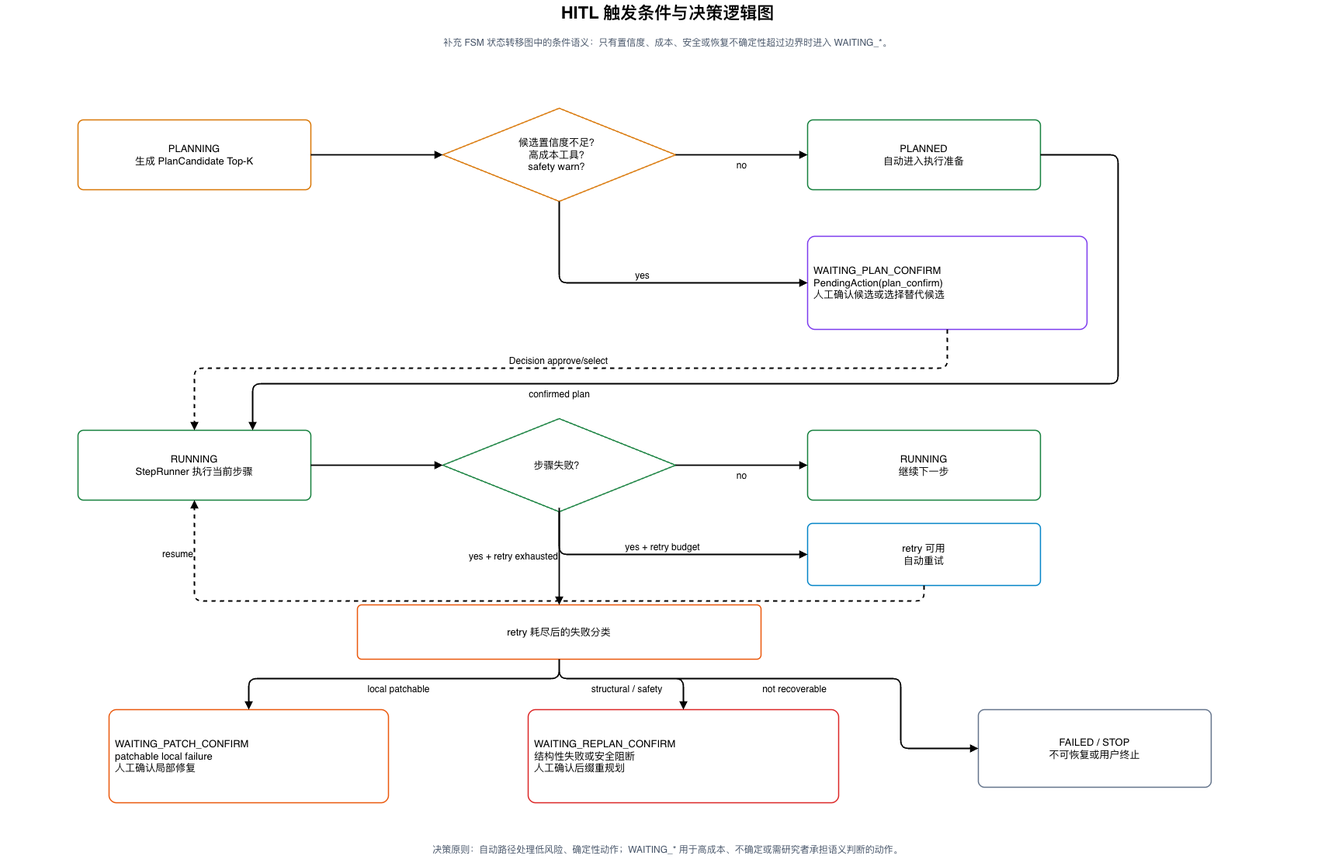
Earlier version of the draw.io export paper/figures/hitl-decision-conditions.drawio.png (Yuri-Kon/thesis-project). Source tidied: cells renumbered, new cells last; positions are measured from the earlier drawing's top-left corner, leaving out a move shared by most shapes.
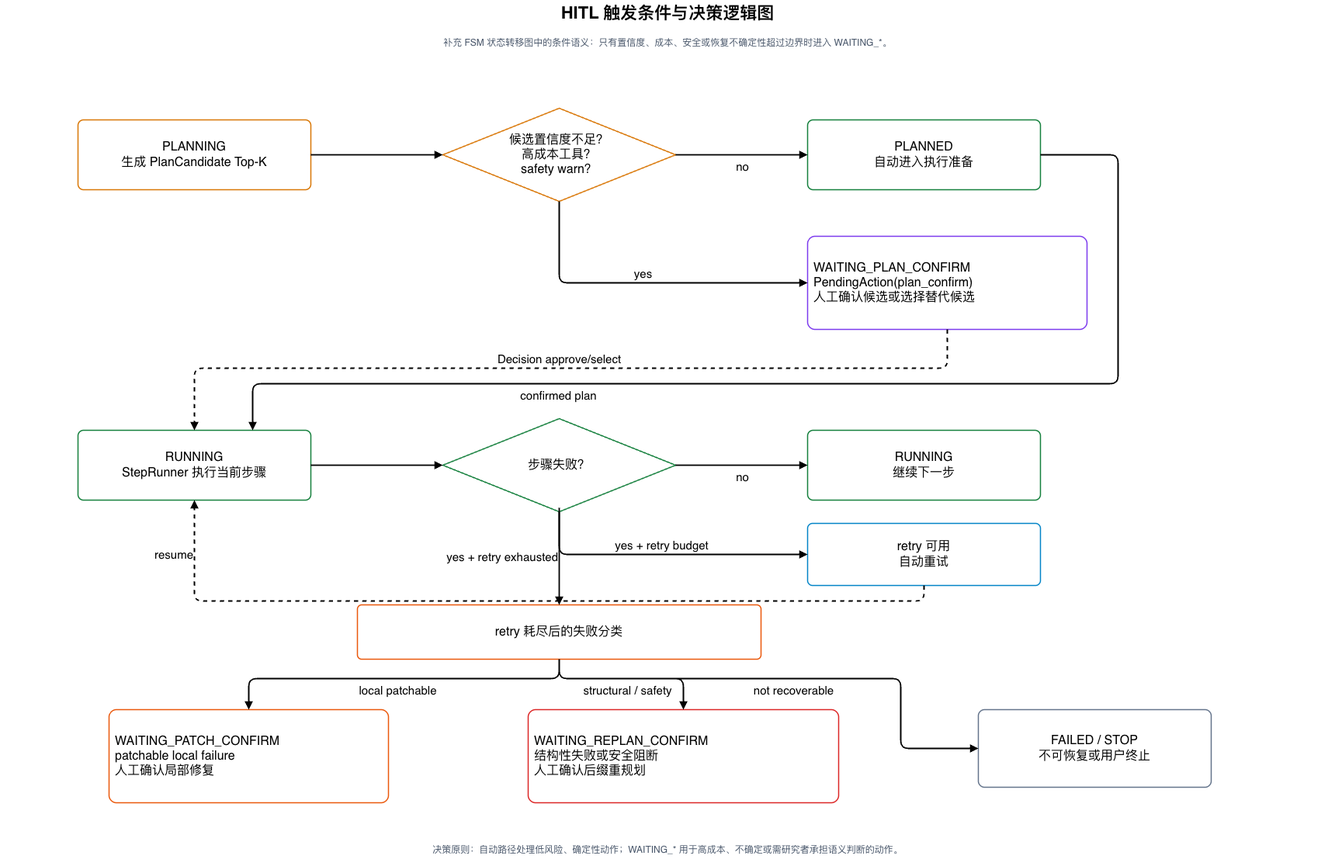
The same diagram one commit later.

The edit, as a diff of the source:
```diff
@@ -8,56 +8,56 @@
     <mxCell id="3" value="补充 FSM 状态转移图中的条件语义：只有置信度、成本、安全或恢复不确定性超过边界时进入 WAITING_*。" style="fontFamily=Helvetica;fontSize=12;fontColor=#475569;align=center;verticalAlign=middle;whiteSpace=wrap;html=1;fillColor=none;strokeColor=none;" parent="1" vertex="1">
       <mxGeometry x="40" y="40" width="1640" height="30" as="geometry" />
     </mxCell>
-    <mxCell id="4" value="PLANNING&lt;br&gt;生成 PlanCandidate Top-K" style="rounded=1;whiteSpace=wrap;html=1;arcSize=8;fillColor=#FFFFFF;strokeWidth=1.5;fontFamily=Helvetica;fontSize=13;align=center;verticalAlign=middle;spacing=8;strokeColor=#D97706;" parent="1" vertex="1">
+    <mxCell id="4" value="PLANNING&lt;br&gt;生成 PlanCandidate Top-K" style="rounded=1;whiteSpace=wrap;html=1;arcSize=8;fillColor=#FFFFFF;strokeWidth=1.5;fontFamily=Helvetica;fontSize=16;align=center;verticalAlign=middle;spacing=8;strokeColor=#D97706;" parent="1" vertex="1">
       <mxGeometry x="100" y="154" width="300" height="90" as="geometry" />
     </mxCell>
-    <mxCell id="5" value="候选置信度不足？&lt;br&gt;高成本工具？&lt;br&gt;safety warn？" style="rhombus;whiteSpace=wrap;html=1;fillColor=#FFFFFF;strokeColor=#D97706;strokeWidth=1.5;fontFamily=Helvetica;fontSize=13;align=center;verticalAlign=middle;" parent="1" vertex="1">
+    <mxCell id="5" value="候选置信度不足？&lt;br&gt;高成本工具？&lt;br&gt;safety warn？" style="rhombus;whiteSpace=wrap;html=1;fillColor=#FFFFFF;strokeColor=#D97706;strokeWidth=1.5;fontFamily=Helvetica;fontSize=16;align=center;verticalAlign=middle;" parent="1" vertex="1">
       <mxGeometry x="570" y="139" width="300" height="120" as="geometry" />
     </mxCell>
-    <mxCell id="6" value="PLANNED&lt;br&gt;自动进入执行准备" style="rounded=1;whiteSpace=wrap;html=1;arcSize=8;fillColor=#FFFFFF;strokeWidth=1.5;fontFamily=Helvetica;fontSize=13;align=center;verticalAlign=middle;spacing=8;strokeColor=#15803D;" parent="1" vertex="1">
+    <mxCell id="6" value="PLANNED&lt;br&gt;自动进入执行准备" style="rounded=1;whiteSpace=wrap;html=1;arcSize=8;fillColor=#FFFFFF;strokeWidth=1.5;fontFamily=Helvetica;fontSize=16;align=center;verticalAlign=middle;spacing=8;strokeColor=#15803D;" parent="1" vertex="1">
       <mxGeometry x="1040" y="154" width="300" height="90" as="geometry" />
     </mxCell>
-    <mxCell id="7" value="WAITING_PLAN_CONFIRM&lt;br&gt;PendingAction(plan_confirm)&lt;br&gt;人工确认候选或选择替代候选" style="rounded=1;whiteSpace=wrap;html=1;arcSize=8;fillColor=#FFFFFF;strokeWidth=1.5;fontFamily=Helvetica;fontSize=13;align=center;verticalAlign=middle;spacing=8;strokeColor=#7C3AED;align=left;" parent="1" vertex="1">
+    <mxCell id="7" value="WAITING_PLAN_CONFIRM&lt;br&gt;PendingAction(plan_confirm)&lt;br&gt;人工确认候选或选择替代候选" style="rounded=1;whiteSpace=wrap;html=1;arcSize=8;fillColor=#FFFFFF;strokeWidth=1.5;fontFamily=Helvetica;fontSize=16;align=center;verticalAlign=middle;spacing=8;strokeColor=#7C3AED;align=left;" parent="1" vertex="1">
       <mxGeometry x="1040" y="304" width="360" height="120" as="geometry" />
     </mxCell>
-    <mxCell id="8" value="RUNNING&lt;br&gt;StepRunner 执行当前步骤" style="rounded=1;whiteSpace=wrap;html=1;arcSize=8;fillColor=#FFFFFF;strokeWidth=1.5;fontFamily=Helvetica;fontSize=13;align=center;verticalAlign=middle;spacing=8;strokeColor=#15803D;" parent="1" vertex="1">
+    <mxCell id="8" value="RUNNING&lt;br&gt;StepRunner 执行当前步骤" style="rounded=1;whiteSpace=wrap;html=1;arcSize=8;fillColor=#FFFFFF;strokeWidth=1.5;fontFamily=Helvetica;fontSize=16;align=center;verticalAlign=middle;spacing=8;strokeColor=#15803D;" parent="1" vertex="1">
       <mxGeometry x="100" y="554" width="300" height="90" as="geometry" />
     </mxCell>
-    <mxCell id="9" value="步骤失败？" style="rhombus;whiteSpace=wrap;html=1;fillColor=#FFFFFF;strokeColor=#15803D;strokeWidth=1.5;fontFamily=Helvetica;fontSize=13;align=center;verticalAlign=middle;" parent="1" vertex="1">
+    <mxCell id="9" value="步骤失败？" style="rhombus;whiteSpace=wrap;html=1;fillColor=#FFFFFF;strokeColor=#15803D;strokeWidth=1.5;fontFamily=Helvetica;fontSize=16;align=center;verticalAlign=middle;" parent="1" vertex="1">
       <mxGeometry x="570" y="539" width="300" height="120" as="geometry" />
     </mxCell>
-    <mxCell id="10" value="RUNNING&lt;br&gt;继续下一步" style="rounded=1;whiteSpace=wrap;html=1;arcSize=8;fillColor=#FFFFFF;strokeWidth=1.5;fontFamily=Helvetica;fontSize=13;align=center;verticalAlign=middle;spacing=8;strokeColor=#15803D;" parent="1" vertex="1">
+    <mxCell id="10" value="RUNNING&lt;br&gt;继续下一步" style="rounded=1;whiteSpace=wrap;html=1;arcSize=8;fillColor=#FFFFFF;strokeWidth=1.5;fontFamily=Helvetica;fontSize=16;align=center;verticalAlign=middle;spacing=8;strokeColor=#15803D;" parent="1" vertex="1">
       <mxGeometry x="1040" y="554" width="300" height="90" as="geometry" />
     </mxCell>
-    <mxCell id="11" value="retry 可用&lt;br&gt;自动重试" style="rounded=1;whiteSpace=wrap;html=1;arcSize=8;fillColor=#FFFFFF;strokeWidth=1.5;fontFamily=Helvetica;fontSize=13;align=center;verticalAlign=middle;spacing=8;strokeColor=#0284C7;" parent="1" vertex="1">
+    <mxCell id="11" value="retry 可用&lt;br&gt;自动重试" style="rounded=1;whiteSpace=wrap;html=1;arcSize=8;fillColor=#FFFFFF;strokeWidth=1.5;fontFamily=Helvetica;fontSize=16;align=center;verticalAlign=middle;spacing=8;strokeColor=#0284C7;" parent="1" vertex="1">
       <mxGeometry x="1040" y="674" width="300" height="80" as="geometry" />
     </mxCell>
-    <mxCell id="12" value="retry 耗尽后的失败分类" style="rounded=1;whiteSpace=wrap;html=1;arcSize=8;fillColor=#FFFFFF;strokeWidth=1.5;fontFamily=Helvetica;fontSize=13;align=center;verticalAlign=middle;spacing=8;strokeColor=#EA580C;" parent="1" vertex="1">
+    <mxCell id="12" value="retry 耗尽后的失败分类" style="rounded=1;whiteSpace=wrap;html=1;arcSize=8;fillColor=#FFFFFF;strokeWidth=1.5;fontFamily=Helvetica;fontSize=16;align=center;verticalAlign=middle;spacing=8;strokeColor=#EA580C;" parent="1" vertex="1">
       <mxGeometry x="460" y="779" width="520" height="70" as="geometry" />
     </mxCell>
-    <mxCell id="13" value="WAITING_PATCH_CONFIRM&lt;br&gt;patchable local failure&lt;br&gt;人工确认局部修复" style="rounded=1;whiteSpace=wrap;html=1;arcSize=8;fillColor=#FFFFFF;strokeWidth=1.5;fontFamily=Helvetica;fontSize=13;align=center;verticalAlign=middle;spacing=8;strokeColor=#EA580C;align=left;" parent="1" vertex="1">
+    <mxCell id="13" value="WAITING_PATCH_CONFIRM&lt;br&gt;patchable local failure&lt;br&gt;人工确认局部修复" style="rounded=1;whiteSpace=wrap;html=1;arcSize=8;fillColor=#FFFFFF;strokeWidth=1.5;fontFamily=Helvetica;fontSize=16;align=center;verticalAlign=middle;spacing=8;strokeColor=#EA580C;align=left;" parent="1" vertex="1">
       <mxGeometry x="140" y="914" width="360" height="120" as="geometry" />
     </mxCell>
-    <mxCell id="14" value="WAITING_REPLAN_CONFIRM&lt;br&gt;结构性失败或安全阻断&lt;br&gt;人工确认后缀重规划" style="rounded=1;whiteSpace=wrap;html=1;arcSize=8;fillColor=#FFFFFF;strokeWidth=1.5;fontFamily=Helvetica;fontSize=13;align=center;verticalAlign=middle;spacing=8;strokeColor=#DC2626;align=left;" parent="1" vertex="1">
+    <mxCell id="14" value="WAITING_REPLAN_CONFIRM&lt;br&gt;结构性失败或安全阻断&lt;br&gt;人工确认后缀重规划" style="rounded=1;whiteSpace=wrap;html=1;arcSize=8;fillColor=#FFFFFF;strokeWidth=1.5;fontFamily=Helvetica;fontSize=16;align=center;verticalAlign=middle;spacing=8;strokeColor=#DC2626;align=left;" parent="1" vertex="1">
       <mxGeometry x="680" y="914" width="400" height="120" as="geometry" />
     </mxCell>
-    <mxCell id="15" value="FAILED / STOP&lt;br&gt;不可恢复或用户终止" style="rounded=1;whiteSpace=wrap;html=1;arcSize=8;fillColor=#FFFFFF;strokeWidth=1.5;fontFamily=Helvetica;fontSize=13;align=center;verticalAlign=middle;spacing=8;strokeColor=#64748B;" parent="1" vertex="1">
+    <mxCell id="15" value="FAILED / STOP&lt;br&gt;不可恢复或用户终止" style="rounded=1;whiteSpace=wrap;html=1;arcSize=8;fillColor=#FFFFFF;strokeWidth=1.5;fontFamily=Helvetica;fontSize=16;align=center;verticalAlign=middle;spacing=8;strokeColor=#64748B;" parent="1" vertex="1">
       <mxGeometry x="1260" y="914" width="300" height="100" as="geometry" />
     </mxCell>
     <mxCell id="16" style="endArrow=block;html=1;rounded=1;strokeWidth=1.8;fontSize=12;fontFamily=Helvetica;labelBackgroundColor=none;" parent="1" edge="1" source="4" target="5">
       <mxGeometry relative="1" as="geometry" />
     </mxCell>
-    <mxCell id="17" value="no" style="endArrow=block;html=1;rounded=1;strokeWidth=1.8;fontSize=12;fontFamily=Helvetica;labelBackgroundColor=none;labelPosition=center;verticalLabelPosition=bottom;align=center;verticalAlign=top;" parent="1" edge="1" source="5" target="6">
+    <mxCell id="17" value="no" style="endArrow=block;html=1;rounded=1;strokeWidth=1.8;fontSize=15;fontFamily=Helvetica;labelBackgroundColor=none;labelPosition=center;verticalLabelPosition=bottom;align=center;verticalAlign=top;" parent="1" edge="1" source="5" target="6">
       <mxGeometry relative="1" as="geometry" />
     </mxCell>
-    <mxCell id="18" value="yes" style="endArrow=block;html=1;rounded=1;strokeWidth=1.8;fontSize=12;fontFamily=Helvetica;labelBackgroundColor=none;entryX=0;entryY=0.5;entryDx=0;entryDy=0;exitX=0.5;exitY=1;exitDx=0;exitDy=0;labelPosition=center;verticalLabelPosition=top;align=center;verticalAlign=bottom;" parent="1" edge="1" source="5" target="7">
+    <mxCell id="18" value="yes" style="endArrow=block;html=1;rounded=1;strokeWidth=1.8;fontSize=15;fontFamily=Helvetica;labelBackgroundColor=none;entryX=0;entryY=0.5;entryDx=0;entryDy=0;exitX=0.5;exitY=1;exitDx=0;exitDy=0;labelPosition=center;verticalLabelPosition=top;align=center;verticalAlign=bottom;" parent="1" edge="1" source="5" target="7">
       <mxGeometry relative="1" as="geometry">
         <Array as="points">
           <mxPoint x="720" y="364" />
         </Array>
       </mxGeometry>
     </mxCell>
-    <mxCell id="19" value="confirmed plan" style="endArrow=block;html=1;rounded=1;strokeWidth=1.8;fontSize=12;fontFamily=Helvetica;labelBackgroundColor=none;entryX=0.75;entryY=0;entryDx=0;entryDy=0;exitX=1;exitY=0.5;exitDx=0;exitDy=0;labelPosition=center;verticalLabelPosition=bottom;align=center;verticalAlign=top;" parent="1" edge="1" source="6" target="8">
+    <mxCell id="19" value="confirmed plan" style="endArrow=block;html=1;rounded=1;strokeWidth=1.8;fontSize=15;fontFamily=Helvetica;labelBackgroundColor=none;entryX=0.75;entryY=0;entryDx=0;entryDy=0;exitX=1;exitY=0.5;exitDx=0;exitDy=0;labelPosition=center;verticalLabelPosition=bottom;align=center;verticalAlign=top;" parent="1" edge="1" source="6" target="8">
       <mxGeometry x="0.42" relative="1" as="geometry">
         <Array as="points">
           <mxPoint x="1440" y="199" />
@@ -66,7 +66,7 @@
         </Array>
       </mxGeometry>
     </mxCell>
-    <mxCell id="20" value="Decision approve/select" style="endArrow=block;html=1;rounded=1;strokeWidth=1.8;fontSize=12;fontFamily=Helvetica;labelBackgroundColor=none;dashed=1;entryX=0.5;entryY=0;entryDx=0;entryDy=0;exitX=0.5;exitY=1;exitDx=0;exitDy=0;labelPosition=center;verticalLabelPosition=top;align=center;verticalAlign=bottom;" parent="1" edge="1" source="7" target="8">
+    <mxCell id="20" value="Decision approve/select" style="endArrow=block;html=1;rounded=1;strokeWidth=1.8;fontSize=15;fontFamily=Helvetica;labelBackgroundColor=none;dashed=1;entryX=0.5;entryY=0;entryDx=0;entryDy=0;exitX=0.5;exitY=1;exitDx=0;exitDy=0;labelPosition=center;verticalLabelPosition=top;align=center;verticalAlign=bottom;" parent="1" edge="1" source="7" target="8">
       <mxGeometry relative="1" as="geometry">
         <Array as="points">
           <mxPoint x="1220" y="474" />
@@ -77,17 +77,17 @@
     <mxCell id="21" style="endArrow=block;html=1;rounded=1;strokeWidth=1.8;fontSize=12;fontFamily=Helvetica;labelBackgroundColor=none;" parent="1" edge="1" source="8" target="9">
       <mxGeometry relative="1" as="geometry" />
     </mxCell>
-    <mxCell id="22" value="no" style="endArrow=block;html=1;rounded=1;strokeWidth=1.8;fontSize=12;fontFamily=Helvetica;labelBackgroundColor=none;exitX=1;exitY=0.5;exitDx=0;exitDy=0;entryX=0;entryY=0.5;entryDx=0;entryDy=0;labelPosition=center;verticalLabelPosition=bottom;align=center;verticalAlign=top;" parent="1" edge="1" source="9" target="10">
+    <mxCell id="22" value="no" style="endArrow=block;html=1;rounded=1;strokeWidth=1.8;fontSize=15;fontFamily=Helvetica;labelBackgroundColor=none;exitX=1;exitY=0.5;exitDx=0;exitDy=0;entryX=0;entryY=0.5;entryDx=0;entryDy=0;labelPosition=center;verticalLabelPosition=bottom;align=center;verticalAlign=top;" parent="1" edge="1" source="9" target="10">
       <mxGeometry relative="1" as="geometry" />
     </mxCell>
-    <mxCell id="23" value="yes + retry budget" style="endArrow=block;html=1;rounded=1;strokeWidth=1.8;fontSize=12;fontFamily=Helvetica;labelBackgroundColor=none;entryX=0;entryY=0.5;entryDx=0;entryDy=0;exitX=0.5;exitY=1;exitDx=0;exitDy=0;labelPosition=center;verticalLabelPosition=top;align=center;verticalAlign=bottom;" parent="1" edge="1" source="9" target="11">
+    <mxCell id="23" value="yes + retry budget" style="endArrow=block;html=1;rounded=1;strokeWidth=1.8;fontSize=15;fontFamily=Helvetica;labelBackgroundColor=none;entryX=0;entryY=0.5;entryDx=0;entryDy=0;exitX=0.5;exitY=1;exitDx=0;exitDy=0;labelPosition=center;verticalLabelPosition=top;align=center;verticalAlign=bottom;" parent="1" edge="1" source="9" target="11">
       <mxGeometry relative="1" as="geometry">
         <Array as="points">
           <mxPoint x="720" y="714" />
         </Array>
       </mxGeometry>
     </mxCell>
-    <mxCell id="24" value="resume" style="endArrow=block;html=1;rounded=1;strokeWidth=1.8;fontSize=12;fontFamily=Helvetica;labelBackgroundColor=none;dashed=1;entryX=0.5;entryY=1;entryDx=0;entryDy=0;exitX=0.5;exitY=1;exitDx=0;exitDy=0;labelPosition=left;verticalLabelPosition=middle;align=right;verticalAlign=middle;" parent="1" edge="1" source="11" target="8">
+    <mxCell id="24" value="resume" style="endArrow=block;html=1;rounded=1;strokeWidth=1.8;fontSize=15;fontFamily=Helvetica;labelBackgroundColor=none;dashed=1;entryX=0.5;entryY=1;entryDx=0;entryDy=0;exitX=0.5;exitY=1;exitDx=0;exitDy=0;labelPosition=left;verticalLabelPosition=middle;align=right;verticalAlign=middle;" parent="1" edge="1" source="11" target="8">
       <mxGeometry x="0.87" relative="1" as="geometry">
         <Array as="points">
           <mxPoint x="1190" y="774" />
@@ -95,12 +95,12 @@
         </Array>
       </mxGeometry>
     </mxCell>
-    <mxCell id="25" value="yes + retry exhausted" style="endArrow=block;html=1;rounded=1;strokeWidth=1.8;fontSize=12;fontFamily=Helvetica;labelBackgroundColor=none;entryX=0.5;entryY=0;entryDx=0;entryDy=0;labelPosition=left;verticalLabelPosition=middle;align=right;verticalAlign=middle;" parent="1" edge="1" target="12">
+    <mxCell id="25" value="yes + retry exhausted" style="endArrow=block;html=1;rounded=1;strokeWidth=1.8;fontSize=15;fontFamily=Helvetica;labelBackgroundColor=none;entryX=0.5;entryY=0;entryDx=0;entryDy=0;labelPosition=left;verticalLabelPosition=middle;align=right;verticalAlign=middle;" parent="1" edge="1" target="12">
       <mxGeometry relative="1" as="geometry">
         <mxPoint x="720" y="654" as="sourcePoint" />
       </mxGeometry>
     </mxCell>
-    <mxCell id="26" value="local patchable" style="endArrow=block;html=1;rounded=1;strokeWidth=1.8;fontSize=12;fontFamily=Helvetica;labelBackgroundColor=none;labelPosition=center;verticalLabelPosition=bottom;align=center;verticalAlign=top;entryX=0.5;entryY=0;entryDx=0;entryDy=0;" parent="1" edge="1" source="12" target="13">
+    <mxCell id="26" value="local patchable" style="endArrow=block;html=1;rounded=1;strokeWidth=1.8;fontSize=15;fontFamily=Helvetica;labelBackgroundColor=none;labelPosition=center;verticalLabelPosition=bottom;align=center;verticalAlign=top;entryX=0.5;entryY=0;entryDx=0;entryDy=0;" parent="1" edge="1" source="12" target="13">
       <mxGeometry relative="1" as="geometry">
         <Array as="points">
           <mxPoint x="720" y="874" />
@@ -108,7 +108,7 @@
         </Array>
       </mxGeometry>
     </mxCell>
-    <mxCell id="27" value="structural / safety" style="endArrow=block;html=1;rounded=1;strokeWidth=1.8;fontSize=12;fontFamily=Helvetica;labelBackgroundColor=none;labelPosition=center;verticalLabelPosition=bottom;align=center;verticalAlign=top;" parent="1" edge="1" source="12" target="14">
+    <mxCell id="27" value="structural / safety" style="endArrow=block;html=1;rounded=1;strokeWidth=1.8;fontSize=15;fontFamily=Helvetica;labelBackgroundColor=none;labelPosition=center;verticalLabelPosition=bottom;align=center;verticalAlign=top;" parent="1" edge="1" source="12" target="14">
       <mxGeometry relative="1" as="geometry">
         <Array as="points">
           <mxPoint x="720" y="874" />
@@ -116,7 +116,7 @@
         </Array>
       </mxGeometry>
     </mxCell>
-    <mxCell id="28" value="not recoverable" style="endArrow=block;html=1;rounded=1;strokeWidth=1.8;fontSize=12;fontFamily=Helvetica;labelBackgroundColor=none;exitX=0.5;exitY=1;exitDx=0;exitDy=0;entryX=0;entryY=0.5;entryDx=0;entryDy=0;labelPosition=center;verticalLabelPosition=bottom;align=center;verticalAlign=top;" parent="1" edge="1" source="12" target="15">
+    <mxCell id="28" value="not recoverable" style="endArrow=block;html=1;rounded=1;strokeWidth=1.8;fontSize=15;fontFamily=Helvetica;labelBackgroundColor=none;exitX=0.5;exitY=1;exitDx=0;exitDy=0;entryX=0;entryY=0.5;entryDx=0;entryDy=0;labelPosition=center;verticalLabelPosition=bottom;align=center;verticalAlign=top;" parent="1" edge="1" source="12" target="15">
       <mxGeometry relative="1" as="geometry">
         <Array as="points">
           <mxPoint x="720" y="874" />
```
